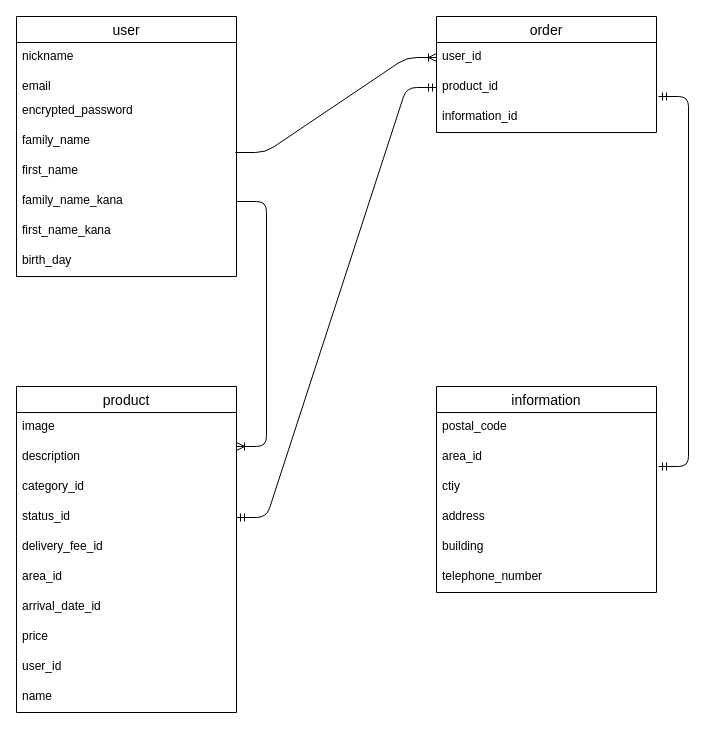
The draw.io diagram furima.dio in shige-e/furima-36729, before the edit. Source tidied: cells renumbered, new cells numbered last; positions are measured from the earlier drawing's top-left corner, leaving out a move shared by most shapes. Both pictures are drawn from the tidied source at 100%, with x=0, y=0 at pixel (16, 16).
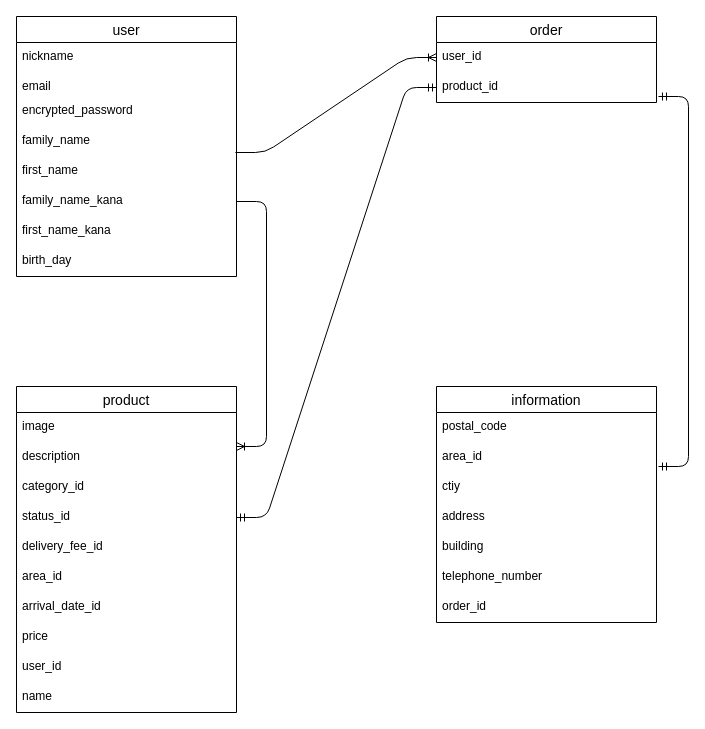
After the change.

Commit message (it also covers changes not shown here):
設計図修正２

Change to the diagram source:
```diff
@@
     <mxCell id="22" value="order" style="swimlane;fontStyle=0;horizontal=1;startSize=26;align=center;fontSize=14;" parent="1" vertex="1">
-      <mxGeometry x="420" width="220" height="116" as="geometry" />
+      <mxGeometry x="420" width="220" height="86" as="geometry" />
     </mxCell>
@@
-    <mxCell id="25" value="information_id" style="text;strokeColor=none;fillColor=none;spacingLeft=4;spacingRight=4;overflow=hidden;fontSize=12;" parent="22" vertex="1">
-      <mxGeometry y="86" width="220" height="30" as="geometry" />
-    </mxCell>
     <mxCell id="26" value="information" style="swimlane;fontStyle=0;horizontal=1;startSize=26;align=center;fontSize=14;" parent="1" vertex="1">
-      <mxGeometry x="420" y="370" width="220" height="206" as="geometry" />
+      <mxGeometry x="420" y="370" width="220" height="236" as="geometry" />
     </mxCell>
@@
+    <mxCell id="37" value="order_id" style="text;strokeColor=none;fillColor=none;spacingLeft=4;spacingRight=4;overflow=hidden;fontSize=12;" parent="26" vertex="1">
+      <mxGeometry y="206" width="220" height="30" as="geometry" />
+    </mxCell>
```
